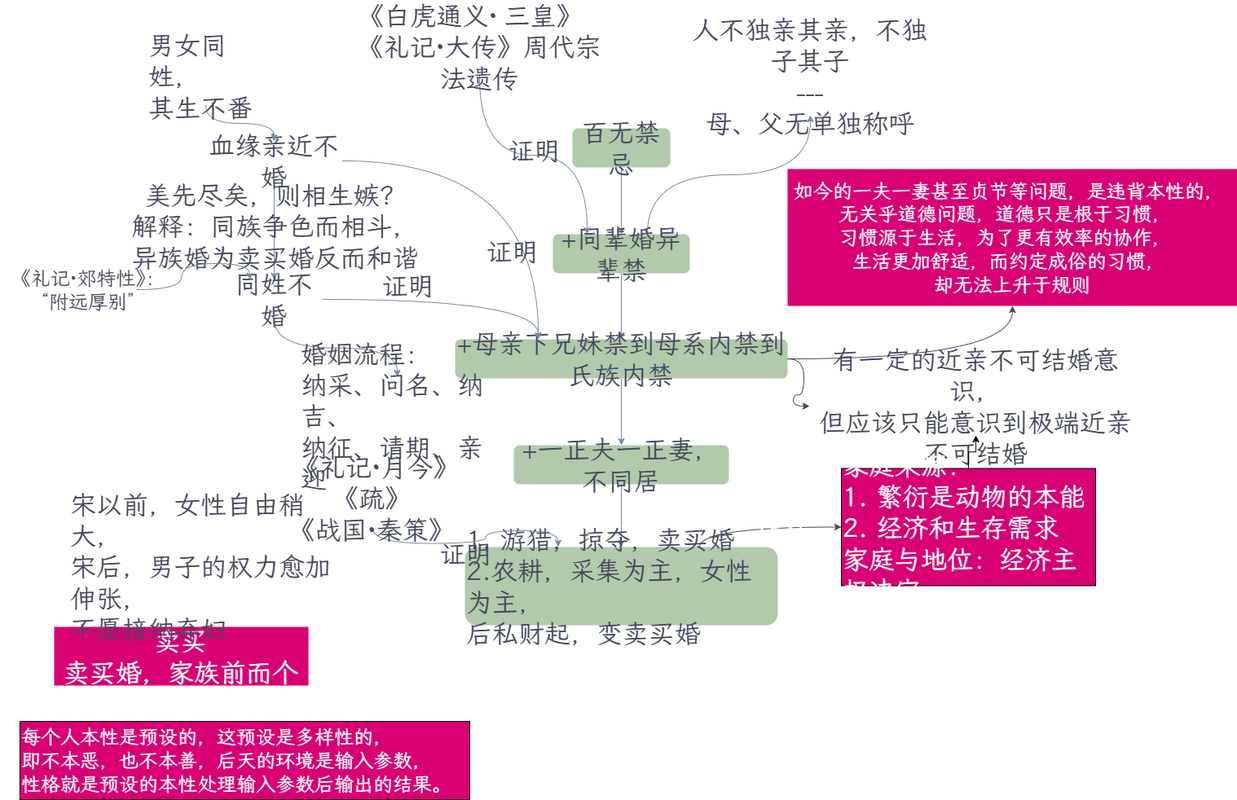
Zencoder-arch/obsidian-images keeps this draw.io diagram as assets/中国通史_婚姻.png. Above is the earlier version. Source tidied: cells renumbered, new cells last; positions are measured from the earlier drawing's top-left corner, leaving out a move shared by most shapes.
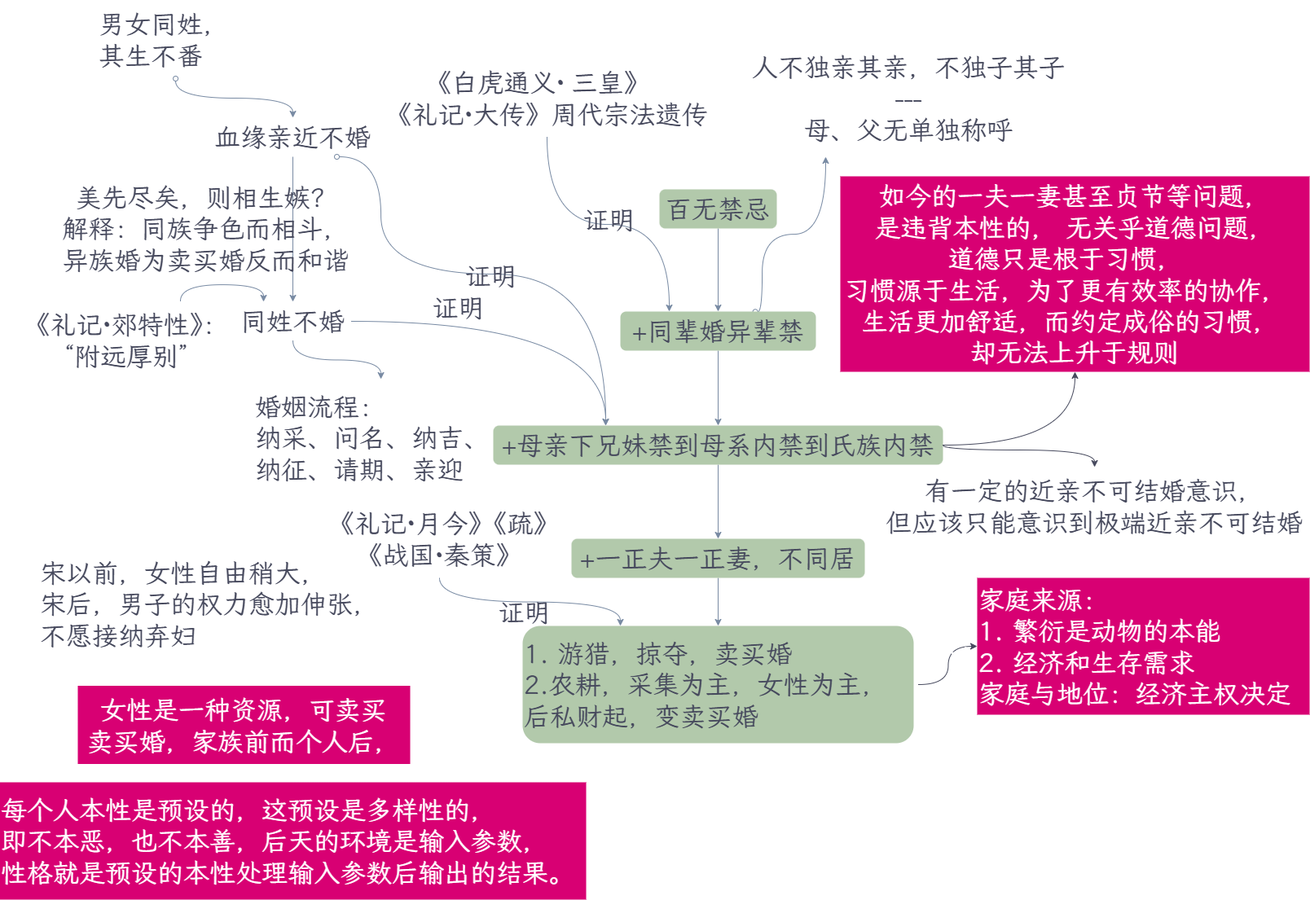
The same diagram one commit later.

Commit message:
更新中国通史_婚姻.png

Diff of the diagram source:
```diff
@@ -8,3 +8,3 @@
     <mxCell id="3" value="&lt;font&gt;百无禁忌&lt;/font&gt;" style="rounded=1;whiteSpace=wrap;html=1;fontFamily=霞鹜文楷;fillColor=#B2C9AB;strokeColor=none;fillStyle=solid;glass=0;shadow=0;fontSize=32;fontStyle=0;labelBackgroundColor=none;labelBorderColor=none;textShadow=0;flipV=1;fontColor=#46495D;" parent="1" vertex="1">
-      <mxGeometry x="702" y="136" width="120" height="48" as="geometry" />
+      <mxGeometry x="690" y="136" width="144" height="48" as="geometry" />
     </mxCell>
@@ -13,7 +13,13 @@
     </mxCell>
-    <mxCell id="5" style="edgeStyle=orthogonalEdgeStyle;rounded=0;jettySize=auto;html=1;fontFamily=霞鹜文楷;fontSize=32;fontColor=default;fontStyle=0;labelBorderColor=none;labelBackgroundColor=none;curved=1;endArrow=classic;endFill=1;strokeColor=#788AA3;startArrow=none;startFill=0;exitX=0.69;exitY=0.994;exitDx=0;exitDy=0;exitPerimeter=0;" parent="1" edge="1" source="6" target="18">
-      <mxGeometry relative="1" as="geometry" />
+    <mxCell id="5" style="edgeStyle=orthogonalEdgeStyle;rounded=0;jettySize=auto;html=1;fontFamily=霞鹜文楷;fontSize=32;fontColor=default;fontStyle=0;labelBorderColor=none;labelBackgroundColor=none;curved=1;endArrow=classic;endFill=1;strokeColor=#788AA3;startArrow=oval;startFill=0;exitX=0.69;exitY=0.994;exitDx=0;exitDy=0;exitPerimeter=0;entryX=0.25;entryY=1;entryDx=0;entryDy=0;" parent="1" edge="1" source="6" target="18">
+      <mxGeometry relative="1" as="geometry">
+        <Array as="points">
+          <mxPoint x="816" y="286" />
+          <mxPoint x="816" y="191" />
+          <mxPoint x="894" y="191" />
+        </Array>
+      </mxGeometry>
     </mxCell>
     <mxCell id="6" value="+同辈婚异辈禁" style="whiteSpace=wrap;html=1;fontSize=32;fontFamily=霞鹜文楷;fillColor=#B2C9AB;strokeColor=none;rounded=1;fillStyle=solid;glass=0;shadow=0;fontStyle=0;labelBackgroundColor=none;labelBorderColor=none;flipV=1;fontColor=#46495D;" parent="1" vertex="1">
-      <mxGeometry x="678" y="266" width="168" height="48" as="geometry" />
+      <mxGeometry x="642" y="286" width="240" height="48" as="geometry" />
     </mxCell>
@@ -22,7 +28,12 @@
     </mxCell>
-    <mxCell id="8" style="edgeStyle=orthogonalEdgeStyle;shape=connector;curved=1;rounded=0;jettySize=auto;html=1;entryX=0;entryY=0.5;entryDx=0;entryDy=0;strokeColor=#46495D;align=center;verticalAlign=middle;fontFamily=霞鹜文楷;fontSize=32;fontColor=#46495D;fontStyle=0;labelBorderColor=none;labelBackgroundColor=none;endArrow=classic;" parent="1" edge="1" source="9" target="40">
-      <mxGeometry relative="1" as="geometry" />
+    <mxCell id="8" style="edgeStyle=orthogonalEdgeStyle;shape=connector;curved=1;rounded=0;jettySize=auto;html=1;strokeColor=#46495D;align=center;verticalAlign=middle;fontFamily=霞鹜文楷;fontSize=32;fontColor=#46495D;fontStyle=0;labelBorderColor=none;labelBackgroundColor=none;endArrow=classic;exitX=1;exitY=0.5;exitDx=0;exitDy=0;" parent="1" edge="1" source="9" target="40">
+      <mxGeometry relative="1" as="geometry">
+        <Array as="points">
+          <mxPoint x="1038" y="456" />
+          <mxPoint x="1224" y="456" />
+        </Array>
+      </mxGeometry>
     </mxCell>
     <mxCell id="9" value="+母亲下兄妹禁到母系内禁到氏族内禁" style="whiteSpace=wrap;html=1;fontSize=32;fontFamily=霞鹜文楷;fillColor=#B2C9AB;strokeColor=none;rounded=1;fillStyle=solid;glass=0;shadow=0;fontStyle=0;labelBackgroundColor=none;labelBorderColor=none;fontColor=#46495D;" parent="1" vertex="1">
-      <mxGeometry x="558" y="395" width="408" height="48" as="geometry" />
+      <mxGeometry x="486" y="426" width="552" height="48" as="geometry" />
     </mxCell>
@@ -32,6 +43,8 @@
     <mxCell id="11" value="+一正夫一正妻，不同居" style="whiteSpace=wrap;html=1;fontSize=32;fontFamily=霞鹜文楷;fillColor=#B2C9AB;strokeColor=none;rounded=1;fillStyle=solid;glass=0;shadow=0;fontStyle=0;labelBackgroundColor=none;labelBorderColor=none;flipV=1;fontColor=#46495D;" parent="1" vertex="1">
-      <mxGeometry x="630" y="525" width="264" height="48" as="geometry" />
+      <mxGeometry x="582" y="565" width="360" height="48" as="geometry" />
     </mxCell>
-    <mxCell id="12" style="edgeStyle=orthogonalEdgeStyle;rounded=0;jettySize=auto;html=1;exitX=0.75;exitY=0;exitDx=0;exitDy=0;entryX=0;entryY=0.5;entryDx=0;entryDy=0;fontFamily=霞鹜文楷;fontSize=32;fontColor=#46495D;fontStyle=0;labelBorderColor=none;labelBackgroundColor=none;curved=1;strokeColor=#46495D;" parent="1" edge="1" source="14" target="42">
-      <mxGeometry relative="1" as="geometry" />
+    <mxCell id="12" style="edgeStyle=orthogonalEdgeStyle;rounded=0;jettySize=auto;html=1;entryX=0;entryY=0.5;entryDx=0;entryDy=0;fontFamily=霞鹜文楷;fontSize=32;fontColor=#46495D;fontStyle=0;labelBorderColor=none;labelBackgroundColor=none;curved=1;strokeColor=#46495D;" parent="1" edge="1" target="42">
+      <mxGeometry relative="1" as="geometry">
+        <mxPoint x="1008" y="744" as="sourcePoint" />
+      </mxGeometry>
     </mxCell>
@@ -41,6 +54,11 @@
     <mxCell id="14" value="1. 游猎，掠夺，卖买婚&lt;div&gt;2.农耕，采集为主，女性为主，&amp;nbsp;&amp;nbsp;&lt;/div&gt;&lt;div&gt;后私财起，变卖买婚&lt;/div&gt;" style="whiteSpace=wrap;html=1;fontSize=32;fontFamily=霞鹜文楷;fillColor=#B2C9AB;strokeColor=none;rounded=1;fillStyle=solid;glass=0;shadow=0;fontStyle=0;labelBackgroundColor=none;labelBorderColor=none;align=left;flipV=1;fontColor=#46495D;" parent="1" vertex="1">
-      <mxGeometry x="570" y="650" width="384" height="96" as="geometry" />
+      <mxGeometry x="522" y="672" width="480" height="144" as="geometry" />
     </mxCell>
     <mxCell id="15" style="edgeStyle=orthogonalEdgeStyle;rounded=0;jettySize=auto;html=1;fontFamily=霞鹜文楷;fontSize=32;fontColor=default;fontStyle=0;labelBorderColor=none;labelBackgroundColor=none;verticalAlign=top;curved=1;entryX=0.25;entryY=0;entryDx=0;entryDy=0;exitX=0.5;exitY=1;exitDx=0;exitDy=0;strokeColor=#788AA3;" parent="1" edge="1" source="17" target="6">
-      <mxGeometry relative="1" as="geometry" />
+      <mxGeometry relative="1" as="geometry">
+        <Array as="points">
+          <mxPoint x="552" y="179" />
+          <mxPoint x="702" y="179" />
+        </Array>
+      </mxGeometry>
     </mxCell>
@@ -52,9 +70,9 @@
     <mxCell id="17" value="《白虎通义·&lt;span style=&quot;white-space: pre;&quot;&gt;&#9;&lt;/span&gt;三皇》&amp;nbsp;&amp;nbsp;&lt;br&gt;《礼记·大传》周代宗法遗传" style="text;html=1;whiteSpace=wrap;strokeColor=none;fillColor=none;align=center;verticalAlign=middle;rounded=0;fontFamily=霞鹜文楷;fontSize=32;fontColor=#46495D;fontStyle=0;labelBorderColor=none;labelBackgroundColor=none;" parent="1" vertex="1">
-      <mxGeometry x="432" width="312" height="72" as="geometry" />
+      <mxGeometry x="348" y="-24" width="408" height="96" as="geometry" />
     </mxCell>
     <mxCell id="18" value="&lt;font style=&quot;color: rgb(70, 73, 93);&quot;&gt;人不独亲其亲，不独子其子&lt;br&gt;---&lt;br&gt;母、父&lt;span style=&quot;background-color: transparent;&quot;&gt;无单独称呼&lt;/span&gt;&lt;/font&gt;" style="text;html=1;whiteSpace=wrap;align=center;verticalAlign=middle;rounded=0;fontFamily=霞鹜文楷;fontSize=32;fontStyle=0;labelBorderColor=none;labelBackgroundColor=none;strokeColor=none;fontColor=#46495D;" parent="1" vertex="1">
-      <mxGeometry x="838" y="24" width="312" height="96" as="geometry" />
+      <mxGeometry x="792" y="-48" width="408" height="144" as="geometry" />
     </mxCell>
-    <mxCell id="19" value="如今的一夫一妻甚至贞节等问题，是违背本性的，&amp;nbsp; &lt;br&gt;无关乎道德问题，道德只是根于习惯，&amp;nbsp;&amp;nbsp;&lt;br&gt;习惯源于生活，为了更有效率的协作，&amp;nbsp;&amp;nbsp;&lt;br&gt;生活更加舒适，而约定成俗的习惯，&amp;nbsp; &lt;br&gt;却无法上升于规则" style="text;html=1;whiteSpace=wrap;strokeColor=none;fillColor=light-dark(#d80073, #ededed);align=center;verticalAlign=middle;rounded=0;fontFamily=霞鹜文楷;fontSize=24;fontColor=#ffffff;fontStyle=0;labelBorderColor=none;labelBackgroundColor=none;" parent="1" vertex="1">
-      <mxGeometry x="966" y="186" width="552" height="168" as="geometry" />
+    <mxCell id="19" value="如今的一夫一妻甚至贞节等问题，&lt;br&gt;是违背本性的，&amp;nbsp;无关乎道德问题，&lt;br&gt;道德只是根于习惯，&amp;nbsp;&amp;nbsp;&lt;br&gt;习惯源于生活，为了更有效率的协作，&amp;nbsp;&amp;nbsp;&lt;br&gt;生活更加舒适，而约定成俗的习惯，&amp;nbsp; &lt;br&gt;却无法上升于规则" style="text;html=1;whiteSpace=wrap;strokeColor=none;fillColor=light-dark(#d80073, #ededed);align=center;verticalAlign=middle;rounded=0;fontFamily=霞鹜文楷;fontSize=32;fontColor=#ffffff;fontStyle=0;labelBorderColor=none;labelBackgroundColor=none;" parent="1" vertex="1">
+      <mxGeometry x="912" y="120" width="576" height="240" as="geometry" />
     </mxCell>
@@ -65,3 +83,3 @@
       <mxGeometry x="-0.16" y="3" relative="1" as="geometry">
-        <mxPoint x="-3" y="4" as="offset" />
+        <mxPoint x="-111" y="13" as="offset" />
       </mxGeometry>
@@ -69,3 +87,3 @@
     <mxCell id="22" value="血缘亲近不婚" style="text;html=1;whiteSpace=wrap;strokeColor=none;fillColor=none;align=center;verticalAlign=middle;rounded=0;fontFamily=霞鹜文楷;fontSize=32;fontColor=#46495D;fontStyle=0;labelBorderColor=none;labelBackgroundColor=none;" parent="1" vertex="1">
-      <mxGeometry x="252" y="152" width="168" height="48" as="geometry" />
+      <mxGeometry x="132" y="48" width="216" height="48" as="geometry" />
     </mxCell>
@@ -75,12 +93,17 @@
     <mxCell id="24" value="同姓不婚" style="whiteSpace=wrap;html=1;rounded=0;align=center;verticalAlign=middle;fontFamily=霞鹜文楷;fontSize=32;fontColor=#46495D;fontStyle=0;labelBorderColor=none;labelBackgroundColor=none;fillColor=none;strokeColor=none;" parent="1" vertex="1">
-      <mxGeometry x="276" y="322" width="120" height="48" as="geometry" />
+      <mxGeometry x="168" y="274" width="144" height="48" as="geometry" />
     </mxCell>
-    <mxCell id="25" style="edgeStyle=orthogonalEdgeStyle;rounded=0;jettySize=auto;html=1;fontFamily=霞鹜文楷;fontSize=32;fontColor=default;fontStyle=0;labelBorderColor=none;labelBackgroundColor=none;strokeColor=#788AA3;curved=1;entryX=0.5;entryY=0;entryDx=0;entryDy=0;" parent="1" edge="1" source="26" target="22">
-      <mxGeometry relative="1" as="geometry" />
+    <mxCell id="25" style="edgeStyle=orthogonalEdgeStyle;rounded=0;jettySize=auto;html=1;fontFamily=霞鹜文楷;fontSize=32;fontColor=default;fontStyle=0;labelBorderColor=none;labelBackgroundColor=none;strokeColor=#788AA3;curved=1;entryX=0.5;entryY=0;entryDx=0;entryDy=0;startArrow=oval;startFill=0;" parent="1" edge="1" source="26" target="22">
+      <mxGeometry relative="1" as="geometry">
+        <Array as="points">
+          <mxPoint x="96" y="24" />
+          <mxPoint x="240" y="24" />
+        </Array>
+      </mxGeometry>
     </mxCell>
     <mxCell id="26" value="男女同姓，&lt;br&gt;&lt;span style=&quot;background-color: transparent; color: light-dark(rgb(70, 73, 93), rgb(170, 173, 190));&quot;&gt;其生不番&lt;/span&gt;" style="text;html=1;whiteSpace=wrap;strokeColor=none;fillColor=none;align=left;verticalAlign=middle;rounded=0;fontFamily=霞鹜文楷;fontSize=32;fontColor=#46495D;fontStyle=0;labelBorderColor=none;labelBackgroundColor=none;" parent="1" vertex="1">
-      <mxGeometry x="180" y="36" width="144" height="72" as="geometry" />
+      <mxGeometry y="-96" width="192" height="96" as="geometry" />
     </mxCell>
     <mxCell id="27" value="婚姻流程：&amp;nbsp;&amp;nbsp;&lt;br&gt;纳采、问名、纳吉、&lt;br&gt;纳征、请期、亲迎" style="whiteSpace=wrap;html=1;fontSize=32;fontFamily=霞鹜文楷;fillColor=none;rounded=0;fontStyle=0;labelBorderColor=none;labelBackgroundColor=none;strokeColor=none;fontColor=#46495D;align=left;" parent="1" vertex="1">
-      <mxGeometry x="367" y="441" width="240" height="96" as="geometry" />
+      <mxGeometry x="192" y="369" width="312" height="144" as="geometry" />
     </mxCell>
@@ -94,21 +117,27 @@
     </mxCell>
-    <mxCell id="30" style="edgeStyle=orthogonalEdgeStyle;rounded=0;jettySize=auto;html=1;entryX=0.25;entryY=0;entryDx=0;entryDy=0;fontFamily=霞鹜文楷;fontSize=32;fontColor=default;fontStyle=0;labelBorderColor=none;labelBackgroundColor=none;strokeColor=#788AA3;curved=1;exitX=1;exitY=0.5;exitDx=0;exitDy=0;" parent="1" edge="1" source="22" target="9">
-      <mxGeometry relative="1" as="geometry" />
+    <mxCell id="30" style="edgeStyle=orthogonalEdgeStyle;rounded=0;jettySize=auto;html=1;entryX=0.25;entryY=0;entryDx=0;entryDy=0;fontFamily=霞鹜文楷;fontSize=32;fontColor=default;fontStyle=0;labelBorderColor=none;labelBackgroundColor=none;strokeColor=#788AA3;curved=1;exitX=0.75;exitY=1;exitDx=0;exitDy=0;startArrow=oval;startFill=0;" parent="1" edge="1" source="22" target="9">
+      <mxGeometry relative="1" as="geometry">
+        <Array as="points">
+          <mxPoint x="348" y="96" />
+          <mxPoint x="348" y="240" />
+          <mxPoint x="624" y="240" />
+        </Array>
+      </mxGeometry>
     </mxCell>
     <mxCell id="31" value="&lt;span style=&quot;color: rgb(70, 73, 93); font-family: 霞鹜文楷;&quot;&gt;证明&lt;/span&gt;" style="edgeLabel;html=1;align=center;verticalAlign=top;rounded=1;shadow=0;glass=0;fillStyle=solid;strokeColor=#788AA3;fontFamily=霞鹜文楷;fontSize=32;fontColor=#46495D;fontStyle=0;labelBorderColor=none;labelBackgroundColor=none;horizontal=1;fillColor=#B2C9AB;gradientColor=none;" parent="30" vertex="1">
-      <mxGeometry x="0.41" y="-33" relative="1" as="geometry" />
+      <mxGeometry x="0.41" y="-33" relative="1" as="geometry">
+        <mxPoint x="-135" y="-57" as="offset" />
+      </mxGeometry>
     </mxCell>
-    <mxCell id="32" style="edgeStyle=orthogonalEdgeStyle;rounded=0;jettySize=auto;html=1;fontFamily=霞鹜文楷;fontSize=32;fontColor=default;fontStyle=0;labelBorderColor=none;labelBackgroundColor=none;strokeColor=#788AA3;curved=1;entryX=0.25;entryY=0;entryDx=0;entryDy=0;" parent="1" edge="1" target="24">
-      <mxGeometry relative="1" as="geometry">
-        <mxPoint x="168" y="334" as="sourcePoint" />
-      </mxGeometry>
+    <mxCell id="32" style="edgeStyle=orthogonalEdgeStyle;rounded=0;jettySize=auto;html=1;fontFamily=霞鹜文楷;fontSize=32;fontColor=default;fontStyle=0;labelBorderColor=none;labelBackgroundColor=none;strokeColor=#788AA3;curved=1;entryX=0.25;entryY=0;entryDx=0;entryDy=0;exitX=0.75;exitY=0;exitDx=0;exitDy=0;" parent="1" edge="1" source="33" target="24">
+      <mxGeometry relative="1" as="geometry" />
     </mxCell>
-    <mxCell id="33" value="《礼记·郊特性》：&lt;br&gt;“附远厚别”" style="text;html=1;whiteSpace=wrap;strokeColor=none;fillColor=none;align=center;verticalAlign=middle;rounded=0;fontFamily=霞鹜文楷;fontSize=24;fontColor=#46495D;fontStyle=0;labelBorderColor=none;labelBackgroundColor=none;" parent="1" vertex="1">
-      <mxGeometry y="298" width="216" height="72" as="geometry" />
+    <mxCell id="33" value="《礼记·郊特性》：&lt;br&gt;“附远厚别”" style="text;html=1;whiteSpace=wrap;strokeColor=none;fillColor=none;align=center;verticalAlign=middle;rounded=0;fontFamily=霞鹜文楷;fontSize=32;fontColor=#46495D;fontStyle=0;labelBorderColor=none;labelBackgroundColor=none;" parent="1" vertex="1">
+      <mxGeometry x="-96" y="273" width="264" height="96" as="geometry" />
     </mxCell>
     <mxCell id="34" value="女性是一种资源，可卖买&lt;br&gt;卖买婚，家族前而个人后，" style="text;html=1;whiteSpace=wrap;strokeColor=none;fillColor=#d80073;align=center;verticalAlign=middle;rounded=0;fontFamily=霞鹜文楷;fontSize=32;fontStyle=0;labelBorderColor=none;labelBackgroundColor=none;fontColor=#ffffff;" parent="1" vertex="1">
-      <mxGeometry x="66" y="748" width="312" height="72" as="geometry" />
+      <mxGeometry x="-24" y="745.5" width="408" height="96" as="geometry" />
     </mxCell>
     <mxCell id="35" value="宋以前，女性自由稍大，&lt;div&gt;宋后，男子的权力愈加伸张，&lt;/div&gt;&lt;div&gt;不愿接纳弃妇&lt;/div&gt;" style="text;html=1;whiteSpace=wrap;strokeColor=none;fillColor=none;align=left;verticalAlign=middle;rounded=0;fontFamily=霞鹜文楷;fontSize=32;fontColor=#46495D;fontStyle=0;labelBorderColor=none;labelBackgroundColor=none;" parent="1" vertex="1">
-      <mxGeometry x="84" y="625.5" width="336" height="96" as="geometry" />
+      <mxGeometry x="-72" y="573" width="432" height="144" as="geometry" />
     </mxCell>
@@ -117,4 +146,6 @@
     </mxCell>
-    <mxCell id="37" style="edgeStyle=orthogonalEdgeStyle;shape=connector;curved=1;rounded=0;jettySize=auto;html=1;strokeColor=#788AA3;align=center;verticalAlign=middle;fontFamily=霞鹜文楷;fontSize=32;fontColor=default;fontStyle=0;labelBorderColor=none;labelBackgroundColor=none;endArrow=classic;entryX=0.298;entryY=1.002;entryDx=0;entryDy=0;entryPerimeter=0;" parent="1" edge="1" source="39" target="14">
-      <mxGeometry relative="1" as="geometry" />
+    <mxCell id="37" style="edgeStyle=orthogonalEdgeStyle;shape=connector;curved=1;rounded=0;jettySize=auto;html=1;strokeColor=#788AA3;align=center;verticalAlign=middle;fontFamily=霞鹜文楷;fontSize=32;fontColor=default;fontStyle=0;labelBorderColor=none;labelBackgroundColor=none;endArrow=classic;exitX=0.5;exitY=1;exitDx=0;exitDy=0;" parent="1" edge="1" source="39">
+      <mxGeometry relative="1" as="geometry">
+        <mxPoint x="642" y="672" as="targetPoint" />
+      </mxGeometry>
     </mxCell>
@@ -124,15 +155,12 @@
     <mxCell id="39" value="&amp;nbsp;《礼记·月今》《疏》&lt;br&gt;《战国·秦策》" style="text;html=1;whiteSpace=wrap;strokeColor=none;fillColor=none;align=center;verticalAlign=middle;rounded=0;fontFamily=霞鹜文楷;fontSize=32;fontColor=#46495D;fontStyle=0;labelBorderColor=none;labelBackgroundColor=none;" parent="1" vertex="1">
-      <mxGeometry x="336" y="553.5" width="240" height="72" as="geometry" />
+      <mxGeometry x="264" y="517" width="312" height="96" as="geometry" />
     </mxCell>
     <mxCell id="40" value="有一定的近亲不可结婚意识，&lt;br&gt;但应该只能意识到极端近亲不可结婚" style="text;html=1;whiteSpace=wrap;strokeColor=none;fillColor=none;align=center;verticalAlign=middle;rounded=0;fontFamily=霞鹜文楷;fontSize=32;fontColor=#46495D;fontStyle=0;labelBorderColor=none;labelBackgroundColor=none;" parent="1" vertex="1">
-      <mxGeometry x="993" y="441" width="408" height="72" as="geometry" />
+      <mxGeometry x="960" y="477" width="528" height="96" as="geometry" />
     </mxCell>
-    <mxCell id="41" style="edgeStyle=orthogonalEdgeStyle;rounded=0;jettySize=auto;html=1;fontSize=32;" parent="1" edge="1" source="42" target="40">
-      <mxGeometry relative="1" as="geometry" />
-    </mxCell>
-    <mxCell id="42" value="家庭来源：&lt;br&gt;1. 繁衍是动物的本能&lt;br&gt;2. 经济和生存需求&lt;br&gt;家庭与地位：经济主权决定" style="whiteSpace=wrap;html=1;rounded=0;align=left;verticalAlign=middle;fontFamily=霞鹜文楷;fontSize=32;fontColor=#ffffff;fontStyle=0;labelBorderColor=none;labelBackgroundColor=none;fillColor=#d80073;gradientColor=none;" parent="1" vertex="1">
-      <mxGeometry x="1032" y="553.5" width="312" height="144" as="geometry" />
+    <mxCell id="42" value="家庭来源：&lt;br&gt;1. 繁衍是动物的本能&lt;br&gt;2. 经济和生存需求&lt;br&gt;家庭与地位：经济主权决定" style="whiteSpace=wrap;html=1;rounded=0;align=left;verticalAlign=middle;fontFamily=霞鹜文楷;fontSize=32;fontColor=#ffffff;fontStyle=0;labelBorderColor=none;labelBackgroundColor=none;fillColor=#d80073;gradientColor=none;strokeColor=none;" parent="1" vertex="1">
+      <mxGeometry x="1080" y="613" width="408" height="168" as="geometry" />
     </mxCell>
-    <mxCell id="43" value="每个人本性是预设的，这预设是多样性的，&lt;br&gt;即不本恶，也不本善，后天的环境是输入参数，&lt;br&gt;性格就是预设的本性处理输入参数后输出的结果。" style="whiteSpace=wrap;html=1;rounded=0;strokeColor=default;align=left;verticalAlign=middle;fontFamily=霞鹜文楷;fontSize=24;fontColor=#ffffff;fontStyle=0;labelBorderColor=none;labelBackgroundColor=none;fillColor=#d80073;gradientColor=none;" parent="1" vertex="1">
-      <mxGeometry x="24" y="864" width="552" height="96" as="geometry" />
+    <mxCell id="43" value="每个人本性是预设的，这预设是多样性的，&lt;br&gt;即不本恶，也不本善，后天的环境是输入参数，&lt;br&gt;性格就是预设的本性处理输入参数后输出的结果。" style="whiteSpace=wrap;html=1;rounded=0;strokeColor=none;align=left;verticalAlign=middle;fontFamily=霞鹜文楷;fontSize=32;fontColor=#ffffff;fontStyle=0;labelBorderColor=none;labelBackgroundColor=none;fillColor=#d80073;gradientColor=none;" parent="1" vertex="1">
+      <mxGeometry x="-120" y="864" width="720" height="144" as="geometry" />
     </mxCell>
```
